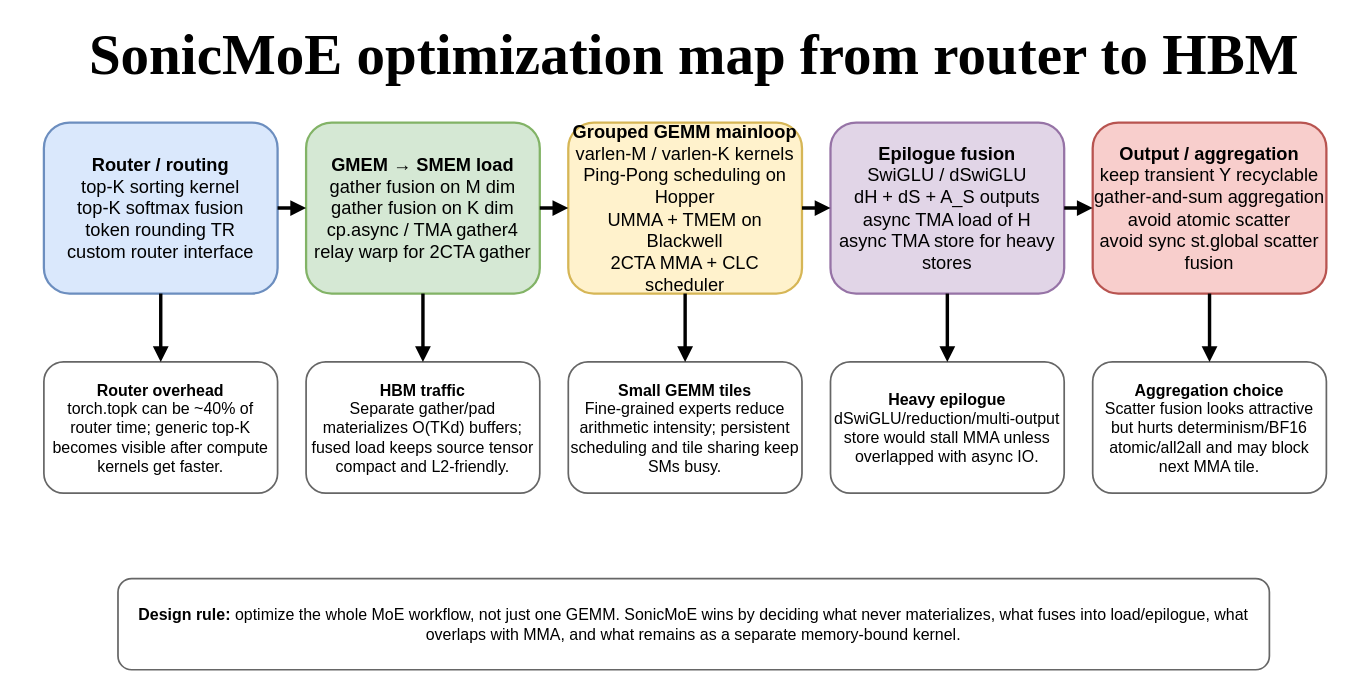
This is static/drawio/2026-04-27-sonicmoe-blackwell-深度解读-fine-grained-moe-kernel-的算法-软件-硬件三层堆叠/figures/F5.drawio from cassiewilliam/blog, a draw.io file, before an edit. Source tidied: cells renumbered, new cells numbered last; positions are measured from the earlier drawing's top-left corner, leaving out a move shared by most shapes. Both pictures are drawn from the tidied source at 114%, with x=0, y=0 at pixel (43, 19).
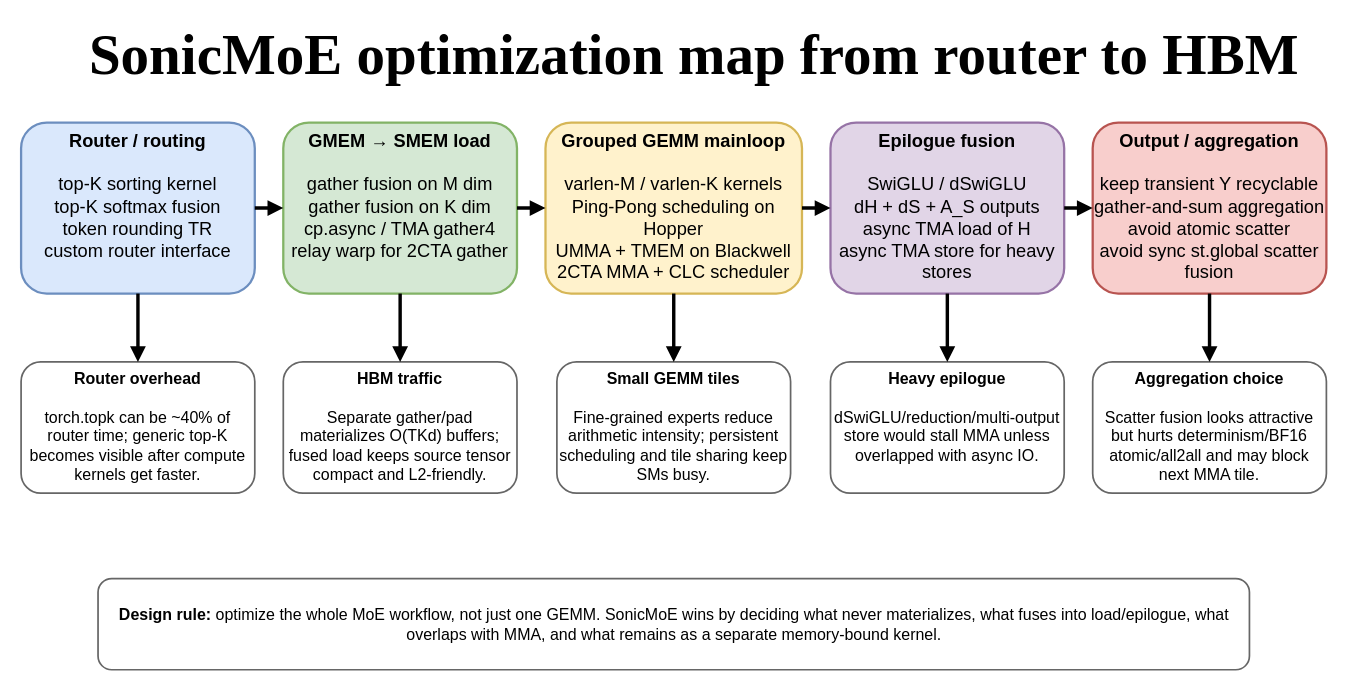
After the change.

Commit message:
edit /drawio/2026-04-27-sonicmoe-blackwell-深度解读-fine-grained-moe-kernel-的算法-软件-硬件三层堆叠/figures/F5.drawio via drawio embed

Change to the diagram source:
```diff
@@
-    <mxCell id="3" value="&lt;b&gt;Router / routing&lt;/b&gt;&lt;br&gt;top-K sorting kernel&lt;br&gt;top-K softmax fusion&lt;br&gt;token rounding TR&lt;br&gt;custom router interface" style="rounded=1;whiteSpace=wrap;html=1;fillColor=#dae8fc;strokeColor=#6c8ebf;strokeWidth=2;align=center;verticalAlign=middle;fontFamily=Helvetica;fontSize=16;" parent="1" vertex="1">
-      <mxGeometry y="90" width="205" height="150" as="geometry" />
+    <mxCell id="3" value="&lt;b&gt;Router / routing&lt;br&gt;&lt;/b&gt;&lt;br&gt;top-K sorting kernel&lt;br&gt;top-K softmax fusion&lt;br&gt;token rounding TR&lt;br&gt;custom router interface" style="rounded=1;whiteSpace=wrap;html=1;fillColor=#dae8fc;strokeColor=#6c8ebf;strokeWidth=2;align=center;verticalAlign=top;fontFamily=Helvetica;fontSize=16;" parent="1" vertex="1">
+      <mxGeometry x="-20" y="90" width="205" height="150" as="geometry" />
     </mxCell>
-    <mxCell id="4" value="&lt;b&gt;GMEM → SMEM load&lt;/b&gt;&lt;br&gt;gather fusion on M dim&lt;br&gt;gather fusion on K dim&lt;br&gt;cp.async / TMA gather4&lt;br&gt;relay warp for 2CTA gather" style="rounded=1;whiteSpace=wrap;html=1;fillColor=#d5e8d4;strokeColor=#82b366;strokeWidth=2;align=center;verticalAlign=middle;fontFamily=Helvetica;fontSize=16;" parent="1" vertex="1">
-      <mxGeometry x="230" y="90" width="205" height="150" as="geometry" />
+    <mxCell id="4" value="&lt;b&gt;GMEM → SMEM load&lt;br&gt;&lt;/b&gt;&lt;br&gt;gather fusion on M dim&lt;br&gt;gather fusion on K dim&lt;br&gt;cp.async / TMA gather4&lt;br&gt;relay warp for 2CTA gather" style="rounded=1;whiteSpace=wrap;html=1;fillColor=#d5e8d4;strokeColor=#82b366;strokeWidth=2;align=center;verticalAlign=top;fontFamily=Helvetica;fontSize=16;" parent="1" vertex="1">
+      <mxGeometry x="210" y="90" width="205" height="150" as="geometry" />
     </mxCell>
-    <mxCell id="5" value="&lt;b&gt;Grouped GEMM mainloop&lt;/b&gt;&lt;br&gt;varlen-M / varlen-K kernels&lt;br&gt;Ping-Pong scheduling on Hopper&lt;br&gt;UMMA + TMEM on Blackwell&lt;br&gt;2CTA MMA + CLC scheduler" style="rounded=1;whiteSpace=wrap;html=1;fillColor=#fff2cc;strokeColor=#d6b656;strokeWidth=2;align=center;verticalAlign=middle;fontFamily=Helvetica;fontSize=16;" parent="1" vertex="1">
-      <mxGeometry x="460" y="90" width="205" height="150" as="geometry" />
+    <mxCell id="5" value="&lt;b&gt;Grouped GEMM mainloop&lt;br&gt;&lt;/b&gt;&lt;br&gt;varlen-M / varlen-K kernels&lt;br&gt;Ping-Pong scheduling on Hopper&lt;br&gt;UMMA + TMEM on Blackwell&lt;br&gt;2CTA MMA + CLC scheduler" style="rounded=1;whiteSpace=wrap;html=1;fillColor=#fff2cc;strokeColor=#d6b656;strokeWidth=2;align=center;verticalAlign=top;fontFamily=Helvetica;fontSize=16;" parent="1" vertex="1">
+      <mxGeometry x="440" y="90" width="225" height="150" as="geometry" />
     </mxCell>
-    <mxCell id="6" value="&lt;b&gt;Epilogue fusion&lt;/b&gt;&lt;br&gt;SwiGLU / dSwiGLU&lt;br&gt;dH + dS + A_S outputs&lt;br&gt;async TMA load of H&lt;br&gt;async TMA store for heavy stores" style="rounded=1;whiteSpace=wrap;html=1;fillColor=#e1d5e7;strokeColor=#9673a6;strokeWidth=2;align=center;verticalAlign=middle;fontFamily=Helvetica;fontSize=16;" parent="1" vertex="1">
+    <mxCell id="6" value="&lt;b&gt;Epilogue fusion&lt;br&gt;&lt;/b&gt;&lt;br&gt;SwiGLU / dSwiGLU&lt;br&gt;dH + dS + A_S outputs&lt;br&gt;async TMA load of H&lt;br&gt;async TMA store for heavy stores" style="rounded=1;whiteSpace=wrap;html=1;fillColor=#e1d5e7;strokeColor=#9673a6;strokeWidth=2;align=center;verticalAlign=top;fontFamily=Helvetica;fontSize=16;" parent="1" vertex="1">
       <mxGeometry x="690" y="90" width="205" height="150" as="geometry" />
     </mxCell>
-    <mxCell id="7" value="&lt;b&gt;Output / aggregation&lt;/b&gt;&lt;br&gt;keep transient Y recyclable&lt;br&gt;gather-and-sum aggregation&lt;br&gt;avoid atomic scatter&lt;br&gt;avoid sync st.global scatter fusion" style="rounded=1;whiteSpace=wrap;html=1;fillColor=#f8cecc;strokeColor=#b85450;strokeWidth=2;align=center;verticalAlign=middle;fontFamily=Helvetica;fontSize=16;" parent="1" vertex="1">
+    <mxCell id="7" value="&lt;b&gt;Output / aggregation&lt;br&gt;&lt;/b&gt;&lt;br&gt;keep transient Y recyclable&lt;br&gt;gather-and-sum aggregation&lt;br&gt;avoid atomic scatter&lt;br&gt;avoid sync st.global scatter fusion" style="rounded=1;whiteSpace=wrap;html=1;fillColor=#f8cecc;strokeColor=#b85450;strokeWidth=2;align=center;verticalAlign=top;fontFamily=Helvetica;fontSize=16;" parent="1" vertex="1">
       <mxGeometry x="920" y="90" width="205" height="150" as="geometry" />
     </mxCell>
-    <mxCell id="8" style="edgeStyle=orthogonalEdgeStyle;rounded=0;jettySize=auto;html=1;strokeWidth=3;endArrow=block;html=1;rounded=1;" parent="1" edge="1" source="3" target="4">
+    <mxCell id="8" style="edgeStyle=orthogonalEdgeStyle;rounded=0;jettySize=auto;html=1;strokeWidth=3;endArrow=block;html=1;rounded=1;verticalAlign=top;" parent="1" edge="1" source="3" target="4">
       <mxGeometry relative="1" as="geometry" />
     </mxCell>
-    <mxCell id="9" style="edgeStyle=orthogonalEdgeStyle;rounded=0;jettySize=auto;html=1;strokeWidth=3;endArrow=block;html=1;rounded=1;" parent="1" edge="1" source="4" target="5">
+    <mxCell id="9" style="edgeStyle=orthogonalEdgeStyle;rounded=0;jettySize=auto;html=1;strokeWidth=3;endArrow=block;html=1;rounded=1;verticalAlign=top;" parent="1" edge="1" source="4" target="5">
       <mxGeometry relative="1" as="geometry" />
     </mxCell>
-    <mxCell id="10" style="edgeStyle=orthogonalEdgeStyle;rounded=0;jettySize=auto;html=1;strokeWidth=3;endArrow=block;html=1;rounded=1;" parent="1" edge="1" source="5" target="6">
+    <mxCell id="10" style="edgeStyle=orthogonalEdgeStyle;rounded=0;jettySize=auto;html=1;strokeWidth=3;endArrow=block;html=1;rounded=1;verticalAlign=top;" parent="1" edge="1" source="5" target="6">
       <mxGeometry relative="1" as="geometry" />
     </mxCell>
-    <mxCell id="11" style="edgeStyle=orthogonalEdgeStyle;rounded=0;jettySize=auto;html=1;strokeWidth=3;endArrow=block;html=1;rounded=1;" parent="1" edge="1" source="6" target="7">
+    <mxCell id="11" style="edgeStyle=orthogonalEdgeStyle;rounded=0;jettySize=auto;html=1;strokeWidth=3;endArrow=block;html=1;rounded=1;verticalAlign=top;" parent="1" edge="1" source="6" target="7">
       <mxGeometry relative="1" as="geometry" />
     </mxCell>
-    <mxCell id="12" value="&lt;b&gt;Router overhead&lt;/b&gt;&lt;br&gt;torch.topk can be ~40% of router time; generic top-K becomes visible after compute kernels get faster." style="rounded=1;whiteSpace=wrap;html=1;fillColor=#ffffff;strokeColor=#666666;strokeWidth=1.5;align=center;verticalAlign=middle;fontFamily=Helvetica;fontSize=14;" parent="1" vertex="1">
-      <mxGeometry y="300" width="205" height="115" as="geometry" />
+    <mxCell id="12" value="&lt;b&gt;Router overhead&lt;br&gt;&lt;/b&gt;&lt;br&gt;torch.topk can be ~40% of router time; generic top-K becomes visible after compute kernels get faster." style="rounded=1;whiteSpace=wrap;html=1;fillColor=#ffffff;strokeColor=#666666;strokeWidth=1.5;align=center;verticalAlign=top;fontFamily=Helvetica;fontSize=14;" parent="1" vertex="1">
+      <mxGeometry x="-20" y="300" width="205" height="115" as="geometry" />
     </mxCell>
-    <mxCell id="13" style="edgeStyle=orthogonalEdgeStyle;rounded=0;jettySize=auto;html=1;strokeWidth=3;endArrow=block;html=1;rounded=1;" parent="1" edge="1" source="3" target="12">
+    <mxCell id="13" style="edgeStyle=orthogonalEdgeStyle;rounded=0;jettySize=auto;html=1;strokeWidth=3;endArrow=block;html=1;rounded=1;verticalAlign=top;" parent="1" edge="1" source="3" target="12">
       <mxGeometry relative="1" as="geometry" />
     </mxCell>
-    <mxCell id="14" value="&lt;b&gt;HBM traffic&lt;/b&gt;&lt;br&gt;Separate gather/pad materializes O(TKd) buffers; fused load keeps source tensor compact and L2-friendly." style="rounded=1;whiteSpace=wrap;html=1;fillColor=#ffffff;strokeColor=#666666;strokeWidth=1.5;align=center;verticalAlign=middle;fontFamily=Helvetica;fontSize=14;" parent="1" vertex="1">
-      <mxGeometry x="230" y="300" width="205" height="115" as="geometry" />
+    <mxCell id="14" value="&lt;b&gt;HBM traffic&lt;br&gt;&lt;/b&gt;&lt;br&gt;Separate gather/pad materializes O(TKd) buffers; fused load keeps source tensor compact and L2-friendly." style="rounded=1;whiteSpace=wrap;html=1;fillColor=#ffffff;strokeColor=#666666;strokeWidth=1.5;align=center;verticalAlign=top;fontFamily=Helvetica;fontSize=14;" parent="1" vertex="1">
+      <mxGeometry x="210" y="300" width="205" height="115" as="geometry" />
     </mxCell>
-    <mxCell id="15" style="edgeStyle=orthogonalEdgeStyle;rounded=0;jettySize=auto;html=1;strokeWidth=3;endArrow=block;html=1;rounded=1;" parent="1" edge="1" source="4" target="14">
+    <mxCell id="15" style="edgeStyle=orthogonalEdgeStyle;rounded=0;jettySize=auto;html=1;strokeWidth=3;endArrow=block;html=1;rounded=1;verticalAlign=top;" parent="1" edge="1" source="4" target="14">
       <mxGeometry relative="1" as="geometry" />
     </mxCell>
-    <mxCell id="16" value="&lt;b&gt;Small GEMM tiles&lt;/b&gt;&lt;br&gt;Fine-grained experts reduce arithmetic intensity; persistent scheduling and tile sharing keep SMs busy." style="rounded=1;whiteSpace=wrap;html=1;fillColor=#ffffff;strokeColor=#666666;strokeWidth=1.5;align=center;verticalAlign=middle;fontFamily=Helvetica;fontSize=14;" parent="1" vertex="1">
-      <mxGeometry x="460" y="300" width="205" height="115" as="geometry" />
+    <mxCell id="16" value="&lt;b&gt;Small GEMM tiles&lt;br&gt;&lt;/b&gt;&lt;br&gt;Fine-grained experts reduce arithmetic intensity; persistent scheduling and tile sharing keep SMs busy." style="rounded=1;whiteSpace=wrap;html=1;fillColor=#ffffff;strokeColor=#666666;strokeWidth=1.5;align=center;verticalAlign=top;fontFamily=Helvetica;fontSize=14;" parent="1" vertex="1">
+      <mxGeometry x="450" y="300" width="205" height="115" as="geometry" />
     </mxCell>
-    <mxCell id="17" style="edgeStyle=orthogonalEdgeStyle;rounded=0;jettySize=auto;html=1;strokeWidth=3;endArrow=block;html=1;rounded=1;" parent="1" edge="1" source="5" target="16">
+    <mxCell id="17" style="edgeStyle=orthogonalEdgeStyle;rounded=0;jettySize=auto;html=1;strokeWidth=3;endArrow=block;html=1;rounded=1;verticalAlign=top;" parent="1" edge="1" source="5" target="16">
       <mxGeometry relative="1" as="geometry" />
     </mxCell>
-    <mxCell id="18" value="&lt;b&gt;Heavy epilogue&lt;/b&gt;&lt;br&gt;dSwiGLU/reduction/multi-output store would stall MMA unless overlapped with async IO." style="rounded=1;whiteSpace=wrap;html=1;fillColor=#ffffff;strokeColor=#666666;strokeWidth=1.5;align=center;verticalAlign=middle;fontFamily=Helvetica;fontSize=14;" parent="1" vertex="1">
+    <mxCell id="18" value="&lt;b&gt;Heavy epilogue&lt;br&gt;&lt;/b&gt;&lt;br&gt;dSwiGLU/reduction/multi-output store would stall MMA unless overlapped with async IO." style="rounded=1;whiteSpace=wrap;html=1;fillColor=#ffffff;strokeColor=#666666;strokeWidth=1.5;align=center;verticalAlign=top;fontFamily=Helvetica;fontSize=14;" parent="1" vertex="1">
       <mxGeometry x="690" y="300" width="205" height="115" as="geometry" />
     </mxCell>
-    <mxCell id="19" style="edgeStyle=orthogonalEdgeStyle;rounded=0;jettySize=auto;html=1;strokeWidth=3;endArrow=block;html=1;rounded=1;" parent="1" edge="1" source="6" target="18">
+    <mxCell id="19" style="edgeStyle=orthogonalEdgeStyle;rounded=0;jettySize=auto;html=1;strokeWidth=3;endArrow=block;html=1;rounded=1;verticalAlign=top;" parent="1" edge="1" source="6" target="18">
       <mxGeometry relative="1" as="geometry" />
     </mxCell>
-    <mxCell id="20" value="&lt;b&gt;Aggregation choice&lt;/b&gt;&lt;br&gt;Scatter fusion looks attractive but hurts determinism/BF16 atomic/all2all and may block next MMA tile." style="rounded=1;whiteSpace=wrap;html=1;fillColor=#ffffff;strokeColor=#666666;strokeWidth=1.5;align=center;verticalAlign=middle;fontFamily=Helvetica;fontSize=14;" parent="1" vertex="1">
+    <mxCell id="20" value="&lt;b&gt;Aggregation choice&lt;br&gt;&lt;/b&gt;&lt;br&gt;Scatter fusion looks attractive but hurts determinism/BF16 atomic/all2all and may block next MMA tile." style="rounded=1;whiteSpace=wrap;html=1;fillColor=#ffffff;strokeColor=#666666;strokeWidth=1.5;align=center;verticalAlign=top;fontFamily=Helvetica;fontSize=14;" parent="1" vertex="1">
       <mxGeometry x="920" y="300" width="205" height="115" as="geometry" />
     </mxCell>
-    <mxCell id="21" style="edgeStyle=orthogonalEdgeStyle;rounded=0;jettySize=auto;html=1;strokeWidth=3;endArrow=block;html=1;rounded=1;" parent="1" edge="1" source="7" target="20">
+    <mxCell id="21" style="edgeStyle=orthogonalEdgeStyle;rounded=0;jettySize=auto;html=1;strokeWidth=3;endArrow=block;html=1;rounded=1;verticalAlign=top;" parent="1" edge="1" source="7" target="20">
       <mxGeometry relative="1" as="geometry" />
     </mxCell>
     <mxCell id="22" value="&lt;b&gt;Design rule:&lt;/b&gt; optimize the whole MoE workflow, not just one GEMM. SonicMoE wins by deciding what never materializes, what fuses into load/epilogue, what overlaps with MMA, and what remains as a separate memory-bound kernel." style="rounded=1;whiteSpace=wrap;html=1;fillColor=#ffffff;strokeColor=#666666;strokeWidth=1.5;align=center;verticalAlign=middle;fontFamily=Helvetica;fontSize=14;" parent="1" vertex="1">
-      <mxGeometry x="65" y="490" width="1010" height="80" as="geometry" />
+      <mxGeometry x="47.5" y="490" width="1010" height="80" as="geometry" />
     </mxCell>
```
